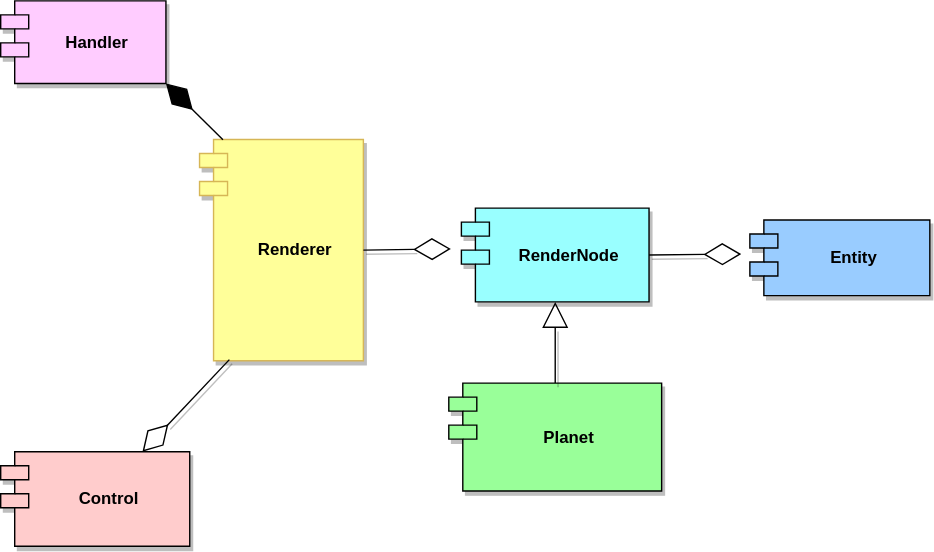
Before: simple.og.drawio.svg, a diagram exported from draw.io (openglobus/openglobus). Source tidied: cells renumbered, new cells last; positions are measured from the earlier drawing's top-left corner, leaving out a move shared by most shapes.
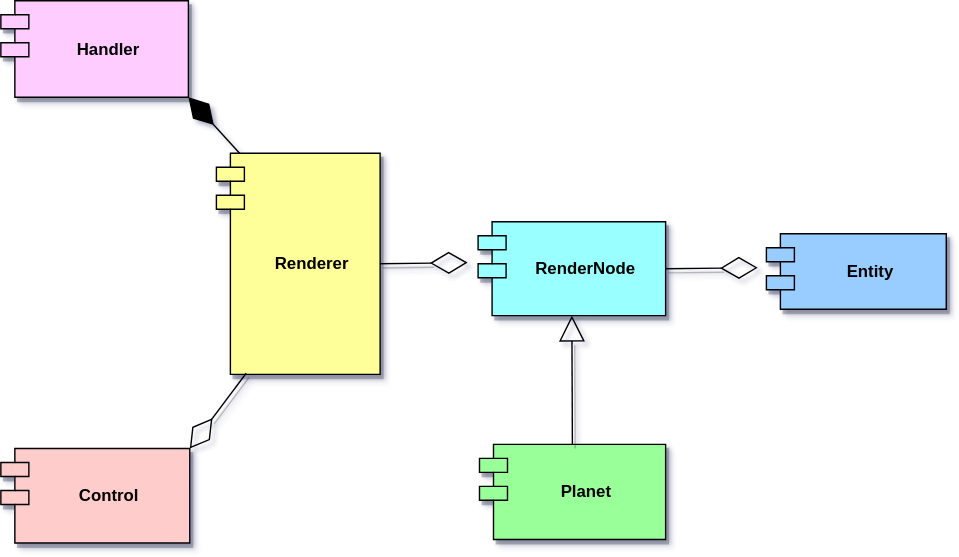
After the commit.

Diff of the diagram source:
```diff
@@ -2,22 +2,22 @@
   <root>
     <mxCell id="0" />
     <mxCell id="1" parent="0" />
-    <mxCell id="2" value="Renderer" style="shape=module;align=left;spacingLeft=20;align=center;verticalAlign=middle;whiteSpace=wrap;html=1;shadow=1;fillColor=#FFFF99;strokeColor=#d6b656;noLabel=0;comic=0;labelPadding=0;fontStyle=1;" parent="1" vertex="1">
+    <mxCell id="2" value="Renderer" style="shape=module;align=left;spacingLeft=20;align=center;verticalAlign=middle;whiteSpace=wrap;html=1;shadow=1;fillColor=#FFFF99;strokeColor=#000000;noLabel=0;comic=0;labelPadding=0;fontStyle=1;" parent="1" vertex="1">
       <mxGeometry x="142" y="99" width="117" height="158" as="geometry" />
     </mxCell>
     <mxCell id="3" value="Handler" style="shape=module;align=left;spacingLeft=20;align=center;verticalAlign=middle;whiteSpace=wrap;html=1;shadow=1;fillColor=#FFCCFF;fontStyle=1;" parent="1" vertex="1">
-      <mxGeometry width="118" height="59" as="geometry" />
+      <mxGeometry x="-12" y="-10" width="134" height="69" as="geometry" />
     </mxCell>
     <mxCell id="4" value="RenderNode" style="shape=module;align=left;spacingLeft=20;align=center;verticalAlign=middle;whiteSpace=wrap;html=1;shadow=1;fillColor=#99FFFF;fontStyle=1;" parent="1" vertex="1">
       <mxGeometry x="329" y="148" width="134" height="67" as="geometry" />
     </mxCell>
     <mxCell id="5" value="Planet" style="shape=module;align=left;spacingLeft=20;align=center;verticalAlign=middle;whiteSpace=wrap;html=1;shadow=1;fillColor=#99FF99;fontStyle=1;" parent="1" vertex="1">
-      <mxGeometry x="320" y="273" width="152" height="77" as="geometry" />
+      <mxGeometry x="330" y="307" width="133" height="68" as="geometry" />
     </mxCell>
     <mxCell id="6" value="Control" style="shape=module;align=left;spacingLeft=20;align=center;verticalAlign=middle;whiteSpace=wrap;html=1;shadow=1;fillColor=#FFCCCC;fontStyle=1;" parent="1" vertex="1">
-      <mxGeometry y="322" width="135" height="67.5" as="geometry" />
+      <mxGeometry x="-12" y="310" width="135" height="67.5" as="geometry" />
     </mxCell>
-    <mxCell id="7" style="endArrow=diamondThin;endFill=0;endSize=24;html=1;rounded=0;entryX=0.75;entryY=0;entryDx=0;entryDy=0;exitX=0.182;exitY=0.995;exitDx=0;exitDy=0;shadow=1;exitPerimeter=0;" parent="1" edge="1" source="2" target="6">
+    <mxCell id="7" style="endArrow=diamondThin;endFill=0;endSize=24;html=1;rounded=0;entryX=1;entryY=0;entryDx=0;entryDy=0;exitX=0.182;exitY=0.995;exitDx=0;exitDy=0;shadow=1;exitPerimeter=0;" parent="1" edge="1" source="2" target="6">
       <mxGeometry relative="1" as="geometry" />
     </mxCell>
     <mxCell id="8" style="endArrow=diamondThin;endFill=0;endSize=24;html=1;rounded=0;entryX=-0.056;entryY=0.435;entryDx=0;entryDy=0;exitX=1;exitY=0.5;exitDx=0;exitDy=0;shadow=1;entryPerimeter=0;" parent="1" edge="1" source="2" target="4">
```
